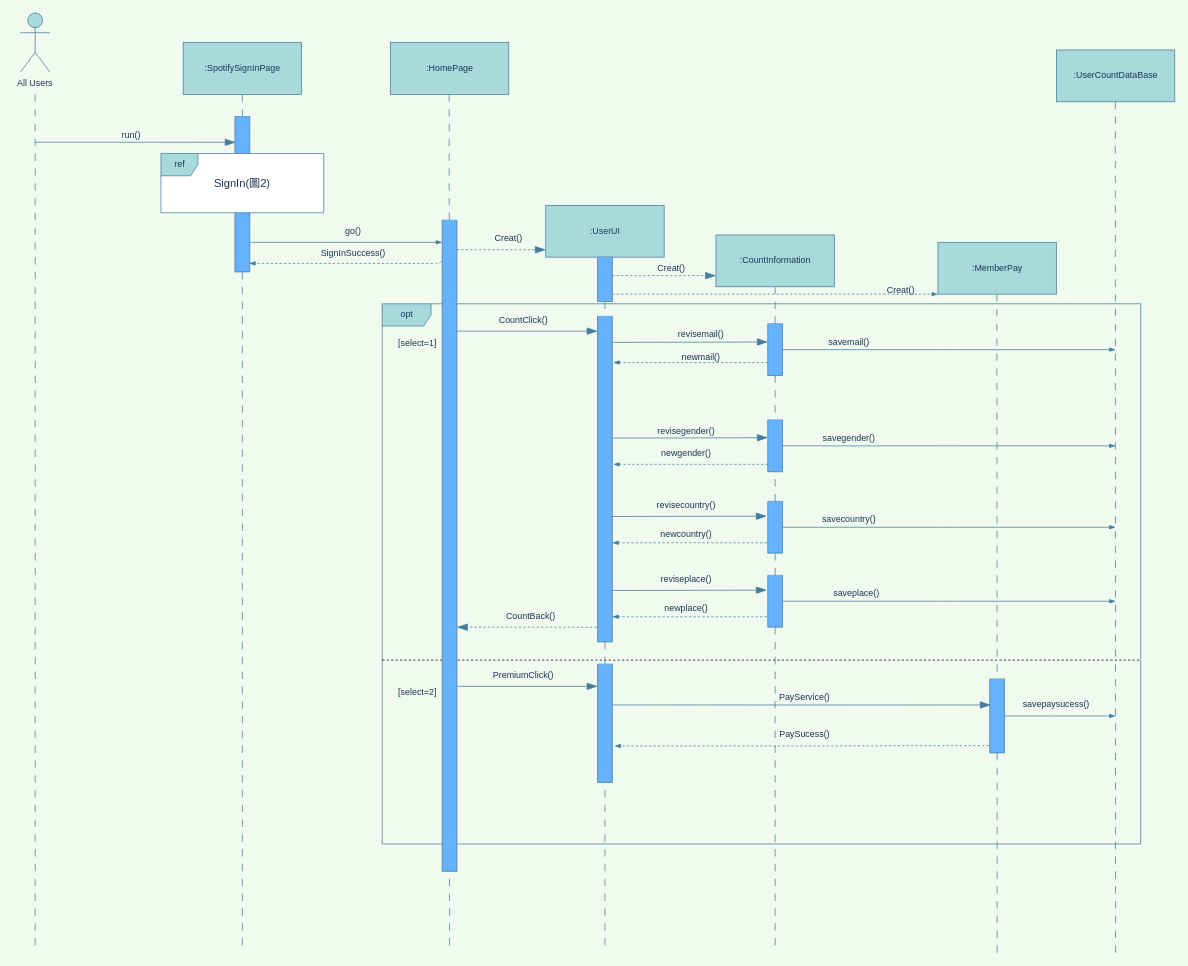
The draw.io diagram page "Home_Count(圖9.1)" (11 of 12) of Sequential diagram.drawio in 35596035/End-of-period-project, before the edit. Source tidied: cells renumbered, new cells numbered last; positions are measured from the earlier drawing's top-left corner, leaving out a move shared by most shapes. Both pictures are drawn from the tidied source at 74%, with x=0, y=0 at pixel (13, 13).
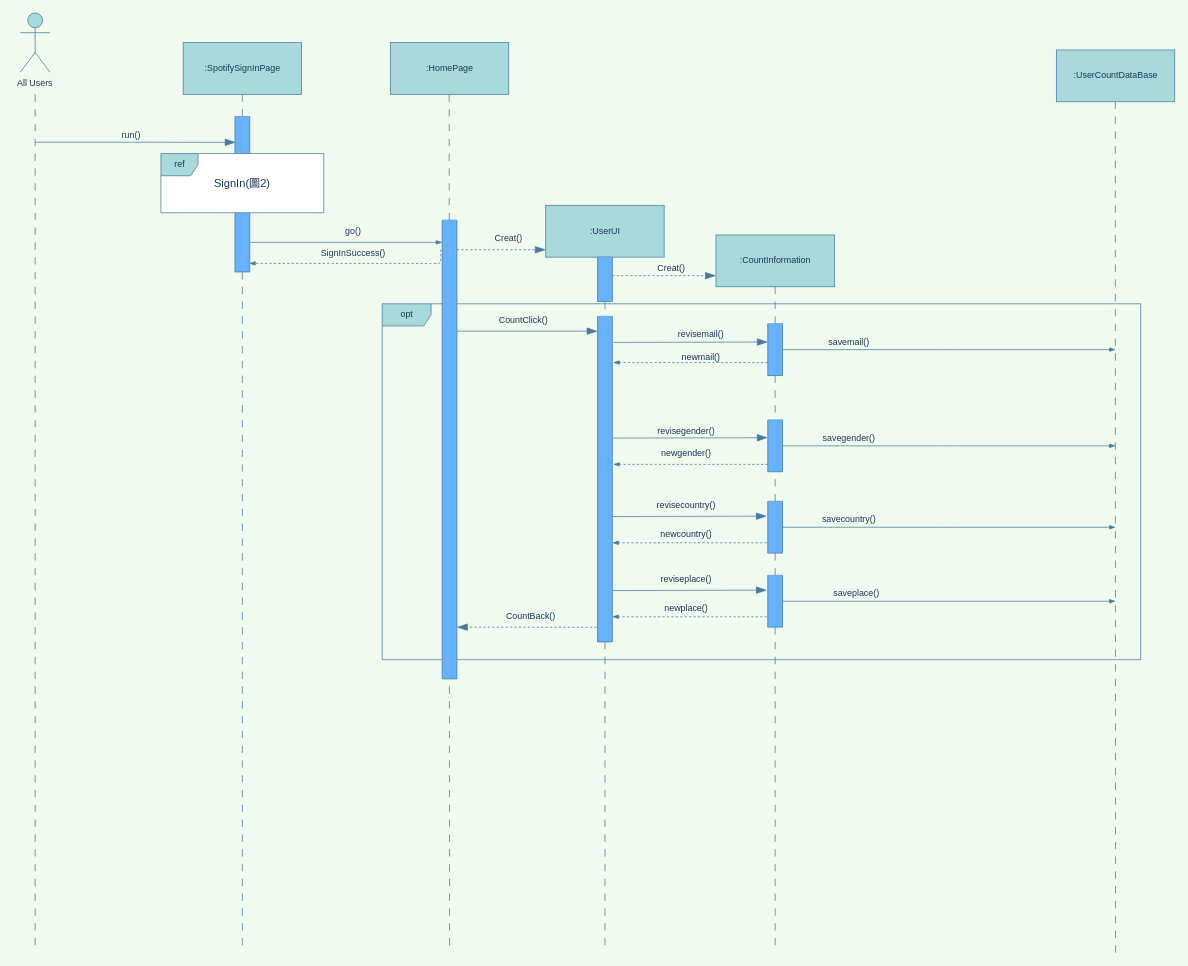
Above is the later version.

Diff of the diagram source:
```diff
@@
     <mxCell id="2" value="opt" style="shape=umlFrame;tabWidth=110;tabHeight=30;tabPosition=left;html=1;boundedLbl=1;labelInHeader=1;width=66;height=30;rounded=0;sketch=0;fontColor=#1D3557;strokeColor=#457B9D;fillColor=#A8DADC;swimlaneFillColor=none;" parent="1" vertex="1">
-      <mxGeometry x="499" y="393" width="1025" height="730" as="geometry" />
+      <mxGeometry x="499" y="393" width="1025" height="481" as="geometry" />
     </mxCell>
-    <mxCell id="3" value="[select=1]" style="text;rounded=0;sketch=0;fontColor=#1D3557;strokeColor=none;fillColor=none;" parent="2" vertex="1">
-      <mxGeometry width="100" height="20" relative="1" as="geometry">
-        <mxPoint x="20" y="40" as="offset" />
-      </mxGeometry>
-    </mxCell>
-    <mxCell id="4" value="[select=2]" style="line;strokeWidth=1;dashed=1;labelPosition=center;verticalLabelPosition=bottom;align=left;verticalAlign=top;spacingLeft=20;spacingTop=15;rounded=0;sketch=0;fontColor=#1D3557;fillColor=#A8DADC;labelBackgroundColor=none;" parent="2" vertex="1">
-      <mxGeometry y="467" width="1025" height="29.2" as="geometry" />
-    </mxCell>
@@
     <mxCell id="32" style="swimlane;startSize=0;strokeColor=#457B9D;swimlaneFillColor=#66B2FF;fillColor=#A8DADC;fontColor=#1D3557;" parent="1" vertex="1">
-      <mxGeometry x="580" y="280" width="20" height="880" as="geometry" />
+      <mxGeometry x="580" y="280" width="20" height="620" as="geometry" />
     </mxCell>
@@
-    <mxCell id="66" style="swimlane;startSize=0;strokeColor=#457B9D;swimlaneFillColor=#66B2FF;fillColor=#A8DADC;fontColor=#1D3557;" parent="1" vertex="1">
-      <mxGeometry x="790" y="880" width="20" height="160" as="geometry" />
-    </mxCell>
-    <mxCell id="67" style="edgeStyle=orthogonalEdgeStyle;curved=0;rounded=1;sketch=0;jettySize=auto;html=1;entryX=0;entryY=1;entryDx=0;entryDy=0;dashed=1;fontColor=#1D3557;endArrow=blockThin;endFill=1;strokeColor=#457B9D;fillColor=#A8DADC;" parent="1" edge="1" target="73">
-      <mxGeometry relative="1" as="geometry">
-        <mxPoint x="810" y="380" as="sourcePoint" />
-        <Array as="points">
-          <mxPoint x="810" y="380" />
-        </Array>
-      </mxGeometry>
-    </mxCell>
@@
-    <mxCell id="71" style="endArrow=blockThin;endFill=1;endSize=12;html=1;rounded=1;sketch=0;fontColor=#1D3557;strokeColor=#457B9D;fillColor=#A8DADC;curved=0;entryX=-0.089;entryY=0.135;entryDx=0;entryDy=0;entryPerimeter=0;" parent="1" edge="1">
-      <mxGeometry relative="1" as="geometry">
-        <mxPoint x="600" y="910" as="sourcePoint" />
-        <mxPoint x="790" y="910" as="targetPoint" />
-      </mxGeometry>
-    </mxCell>
-    <mxCell id="72" value="PremiumClick()" style="text;html=1;strokeColor=none;fillColor=none;align=center;verticalAlign=middle;whiteSpace=wrap;rounded=0;fontColor=#1D3557;" parent="1" vertex="1">
-      <mxGeometry x="660" y="880" width="60" height="30" as="geometry" />
-    </mxCell>
-    <mxCell id="73" value=":MemberPay" style="text;html=1;align=center;verticalAlign=middle;dashed=0;fillColor=#A8DADC;strokeColor=#457B9D;fontColor=#1D3557;" parent="1" vertex="1">
-      <mxGeometry x="1250" y="310" width="160" height="70" as="geometry" />
-    </mxCell>
-    <mxCell id="74" value="Creat()" style="text;html=1;strokeColor=none;fillColor=none;align=center;verticalAlign=middle;whiteSpace=wrap;rounded=0;fontColor=#1D3557;" parent="1" vertex="1">
-      <mxGeometry x="1170" y="360" width="60" height="30" as="geometry" />
-    </mxCell>
-    <mxCell id="75" style="endArrow=none;startArrow=none;endFill=0;startFill=0;endSize=8;html=1;verticalAlign=bottom;dashed=1;labelBackgroundColor=none;dashPattern=10 10;rounded=0;exitX=0.5;exitY=1;exitDx=0;exitDy=0;strokeColor=#457B9D;fontColor=#1D3557;" parent="1" edge="1" source="77">
-      <mxGeometry relative="1" as="geometry">
-        <mxPoint x="1330" y="1270" as="targetPoint" />
-      </mxGeometry>
-    </mxCell>
-    <mxCell id="76" style="edgeStyle=orthogonalEdgeStyle;curved=0;rounded=1;sketch=0;jettySize=auto;html=1;exitX=1;exitY=0.5;exitDx=0;exitDy=0;fontColor=#1D3557;endArrow=blockThin;endFill=1;strokeColor=#457B9D;fillColor=#A8DADC;" parent="1" edge="1" source="77">
-      <mxGeometry relative="1" as="geometry">
-        <mxPoint x="1490" y="950" as="targetPoint" />
-      </mxGeometry>
-    </mxCell>
-    <mxCell id="77" style="swimlane;startSize=0;strokeColor=#457B9D;swimlaneFillColor=#66B2FF;fillColor=#A8DADC;fontColor=#1D3557;" parent="1" vertex="1">
-      <mxGeometry x="1320" y="900" width="20" height="100" as="geometry" />
-    </mxCell>
-    <mxCell id="78" style="endArrow=none;startArrow=none;endFill=0;startFill=0;endSize=8;html=1;verticalAlign=bottom;dashed=1;labelBackgroundColor=none;dashPattern=10 10;rounded=0;exitX=0.5;exitY=1;exitDx=0;exitDy=0;strokeColor=#457B9D;fontColor=#1D3557;" parent="1" edge="1" target="77">
-      <mxGeometry relative="1" as="geometry">
-        <mxPoint x="1329.6" y="380" as="sourcePoint" />
-      </mxGeometry>
-    </mxCell>
-    <mxCell id="79" style="endArrow=blockThin;endFill=1;endSize=12;html=1;rounded=1;sketch=0;fontColor=#1D3557;strokeColor=#457B9D;fillColor=#A8DADC;curved=0;exitX=1.066;exitY=0.08;exitDx=0;exitDy=0;exitPerimeter=0;entryX=0.063;entryY=0.352;entryDx=0;entryDy=0;entryPerimeter=0;" parent="1" edge="1" target="77">
-      <mxGeometry relative="1" as="geometry">
-        <mxPoint x="810" y="935.1" as="sourcePoint" />
-      </mxGeometry>
-    </mxCell>
-    <mxCell id="80" style="edgeStyle=orthogonalEdgeStyle;curved=0;rounded=1;sketch=0;jettySize=auto;html=1;exitX=0;exitY=0.75;exitDx=0;exitDy=0;entryX=1.148;entryY=0.691;entryDx=0;entryDy=0;fontColor=#1D3557;endArrow=blockThin;endFill=1;strokeColor=#457B9D;fillColor=#A8DADC;dashed=1;entryPerimeter=0;" parent="1" edge="1" target="66">
-      <mxGeometry relative="1" as="geometry">
-        <mxPoint x="1318.7" y="990" as="sourcePoint" />
-      </mxGeometry>
-    </mxCell>
-    <mxCell id="81" value="PayService()" style="text;html=1;strokeColor=none;fillColor=none;align=center;verticalAlign=middle;whiteSpace=wrap;rounded=0;fontColor=#1D3557;" parent="1" vertex="1">
-      <mxGeometry x="1040" y="910" width="60" height="30" as="geometry" />
-    </mxCell>
-    <mxCell id="82" value="PaySucess()" style="text;html=1;strokeColor=none;fillColor=none;align=center;verticalAlign=middle;whiteSpace=wrap;rounded=0;fontColor=#1D3557;" parent="1" vertex="1">
-      <mxGeometry x="1040" y="960" width="60" height="30" as="geometry" />
-    </mxCell>
-    <mxCell id="83" value="savepaysucess()" style="text;html=1;strokeColor=none;fillColor=none;align=center;verticalAlign=middle;whiteSpace=wrap;rounded=0;fontColor=#1D3557;" parent="1" vertex="1">
-      <mxGeometry x="1380" y="920" width="60" height="30" as="geometry" />
-    </mxCell>
```
